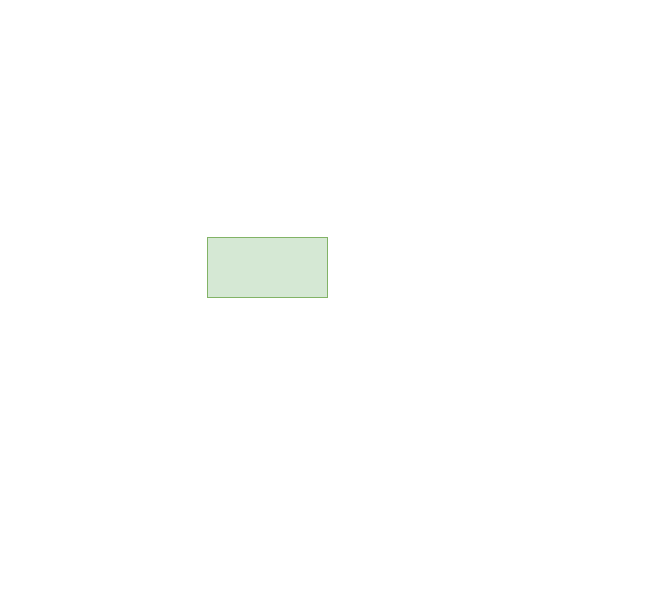
Before: Диаграмма без названия.drawio in yagovkinait/myknowledge, a draw.io diagram. Source tidied: cells renumbered, new cells numbered last; positions are measured from the earlier drawing's top-left corner, leaving out a move shared by most shapes. Both pictures are drawn from the tidied source at 100%, with x=0, y=0 at pixel (207, 237).
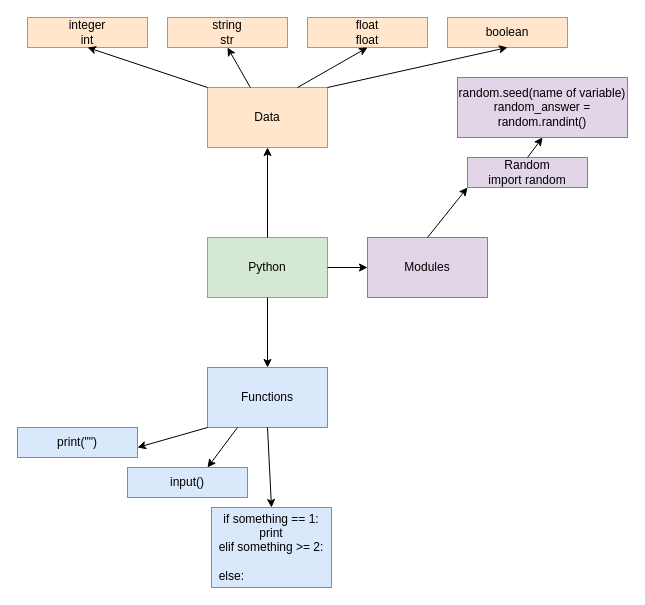
The same diagram, later.

Change to the diagram source:
```diff
@@
-    <mxCell id="2" style="rounded=0;whiteSpace=wrap;html=1;fillColor=#d5e8d4;strokeColor=#82b366;" parent="1" vertex="1">
+    <mxCell id="2" value="Python" style="rounded=0;whiteSpace=wrap;html=1;fillColor=#d5e8d4;strokeColor=#82b366;" parent="1" vertex="1">
       <mxGeometry width="120" height="60" as="geometry" />
     </mxCell>
+    <mxCell id="3" style="endArrow=classic;html=1;rounded=0;exitX=0.5;exitY=1;exitDx=0;exitDy=0;" parent="1" edge="1" source="2">
+      <mxGeometry relative="1" as="geometry">
+        <mxPoint x="60" y="130" as="targetPoint" />
+      </mxGeometry>
+    </mxCell>
+    <mxCell id="4" value="Functions" style="rounded=0;whiteSpace=wrap;html=1;fillColor=#dae8fc;strokeColor=#6c8ebf;" parent="1" vertex="1">
+      <mxGeometry y="130" width="120" height="60" as="geometry" />
+    </mxCell>
+    <mxCell id="5" style="endArrow=classic;html=1;rounded=0;exitX=0;exitY=1;exitDx=0;exitDy=0;" parent="1" edge="1" source="4">
+      <mxGeometry relative="1" as="geometry">
+        <mxPoint x="-70" y="210" as="targetPoint" />
+      </mxGeometry>
+    </mxCell>
+    <mxCell id="6" style="endArrow=classic;html=1;rounded=0;exitX=0.25;exitY=1;exitDx=0;exitDy=0;" parent="1" edge="1" source="4">
+      <mxGeometry relative="1" as="geometry">
+        <mxPoint y="230" as="targetPoint" />
+      </mxGeometry>
+    </mxCell>
+    <mxCell id="7" style="endArrow=classic;html=1;rounded=0;exitX=0.5;exitY=1;exitDx=0;exitDy=0;entryX=0.5;entryY=0;entryDx=0;entryDy=0;" parent="1" edge="1" source="4" target="10">
+      <mxGeometry relative="1" as="geometry" />
+    </mxCell>
+    <mxCell id="8" value="print(&quot;&quot;)" style="rounded=0;whiteSpace=wrap;html=1;fillColor=#dae8fc;strokeColor=#6c8ebf;" parent="1" vertex="1">
+      <mxGeometry x="-190" y="190" width="120" height="30" as="geometry" />
+    </mxCell>
+    <mxCell id="9" value="input()" style="rounded=0;whiteSpace=wrap;html=1;fillColor=#dae8fc;strokeColor=#6c8ebf;" parent="1" vertex="1">
+      <mxGeometry x="-80" y="230" width="120" height="30" as="geometry" />
+    </mxCell>
+    <mxCell id="10" value="if something == 1:&lt;br&gt;print&lt;br&gt;&lt;div style=&quot;text-align: justify;&quot;&gt;elif something &amp;gt;= 2:&lt;/div&gt;&lt;div style=&quot;text-align: justify;&quot;&gt;&lt;br&gt;&lt;/div&gt;&lt;div style=&quot;text-align: justify;&quot;&gt;else:&lt;/div&gt;" style="rounded=0;whiteSpace=wrap;html=1;fillColor=#dae8fc;strokeColor=#6c8ebf;" parent="1" vertex="1">
+      <mxGeometry x="4" y="270" width="120" height="80" as="geometry" />
+    </mxCell>
+    <mxCell id="11" value="Data" style="rounded=0;whiteSpace=wrap;html=1;fillColor=#ffe6cc;strokeColor=#d79b00;" parent="1" vertex="1">
+      <mxGeometry y="-150" width="120" height="60" as="geometry" />
+    </mxCell>
+    <mxCell id="12" style="endArrow=classic;html=1;rounded=0;exitX=0.5;exitY=0;exitDx=0;exitDy=0;entryX=0.5;entryY=1;entryDx=0;entryDy=0;" parent="1" edge="1" source="2" target="11">
+      <mxGeometry relative="1" as="geometry" />
+    </mxCell>
+    <mxCell id="13" value="integer&lt;br&gt;int" style="rounded=0;whiteSpace=wrap;html=1;fillColor=#ffe6cc;strokeColor=#d79b00;" parent="1" vertex="1">
+      <mxGeometry x="-180" y="-220" width="120" height="30" as="geometry" />
+    </mxCell>
+    <mxCell id="14" value="string&lt;br&gt;str" style="rounded=0;whiteSpace=wrap;html=1;fillColor=#ffe6cc;strokeColor=#d79b00;" parent="1" vertex="1">
+      <mxGeometry x="-40" y="-220" width="120" height="30" as="geometry" />
+    </mxCell>
+    <mxCell id="15" value="float&lt;br&gt;float" style="rounded=0;whiteSpace=wrap;html=1;fillColor=#ffe6cc;strokeColor=#d79b00;" parent="1" vertex="1">
+      <mxGeometry x="100" y="-220" width="120" height="30" as="geometry" />
+    </mxCell>
+    <mxCell id="16" value="boolean" style="rounded=0;whiteSpace=wrap;html=1;fillColor=#ffe6cc;strokeColor=#d79b00;" parent="1" vertex="1">
+      <mxGeometry x="240" y="-220" width="120" height="30" as="geometry" />
+    </mxCell>
+    <mxCell id="17" value="Modules" style="rounded=0;whiteSpace=wrap;html=1;fillColor=#e1d5e7;strokeColor=#9673a6;" parent="1" vertex="1">
+      <mxGeometry x="160" width="120" height="60" as="geometry" />
+    </mxCell>
+    <mxCell id="18" value="Random&lt;br&gt;import random" style="rounded=0;whiteSpace=wrap;html=1;fillColor=#e1d5e7;strokeColor=#9673a6;" parent="1" vertex="1">
+      <mxGeometry x="260" y="-80" width="120" height="30" as="geometry" />
+    </mxCell>
+    <mxCell id="19" style="endArrow=classic;html=1;rounded=0;entryX=0;entryY=1;entryDx=0;entryDy=0;exitX=0.5;exitY=0;exitDx=0;exitDy=0;" parent="1" edge="1" source="17" target="18">
+      <mxGeometry relative="1" as="geometry" />
+    </mxCell>
+    <mxCell id="20" value="random.seed(name of variable)&lt;br&gt;random_answer = random.randint()" style="rounded=0;whiteSpace=wrap;html=1;fillColor=#e1d5e7;strokeColor=#9673a6;" parent="1" vertex="1">
+      <mxGeometry x="250" y="-160" width="170" height="60" as="geometry" />
+    </mxCell>
+    <mxCell id="21" style="endArrow=classic;html=1;rounded=0;entryX=0.5;entryY=1;entryDx=0;entryDy=0;exitX=0.5;exitY=0;exitDx=0;exitDy=0;" parent="1" edge="1" source="18" target="20">
+      <mxGeometry relative="1" as="geometry" />
+    </mxCell>
+    <mxCell id="22" style="endArrow=classic;html=1;rounded=0;entryX=0;entryY=0.5;entryDx=0;entryDy=0;exitX=1;exitY=0.5;exitDx=0;exitDy=0;" parent="1" edge="1" source="2" target="17">
+      <mxGeometry relative="1" as="geometry" />
+    </mxCell>
+    <mxCell id="23" style="endArrow=classic;html=1;rounded=0;entryX=0.5;entryY=1;entryDx=0;entryDy=0;exitX=0;exitY=0;exitDx=0;exitDy=0;" parent="1" edge="1" source="11" target="13">
+      <mxGeometry relative="1" as="geometry" />
+    </mxCell>
+    <mxCell id="24" style="endArrow=classic;html=1;rounded=0;entryX=0.5;entryY=1;entryDx=0;entryDy=0;" parent="1" edge="1" source="11" target="14">
+      <mxGeometry relative="1" as="geometry" />
+    </mxCell>
+    <mxCell id="25" style="endArrow=classic;html=1;rounded=0;entryX=0.5;entryY=1;entryDx=0;entryDy=0;exitX=0.75;exitY=0;exitDx=0;exitDy=0;" parent="1" edge="1" source="11" target="15">
+      <mxGeometry relative="1" as="geometry" />
+    </mxCell>
+    <mxCell id="26" style="endArrow=classic;html=1;rounded=0;entryX=0.5;entryY=1;entryDx=0;entryDy=0;exitX=1;exitY=0;exitDx=0;exitDy=0;" parent="1" edge="1" source="11" target="16">
+      <mxGeometry relative="1" as="geometry" />
+    </mxCell>
```
